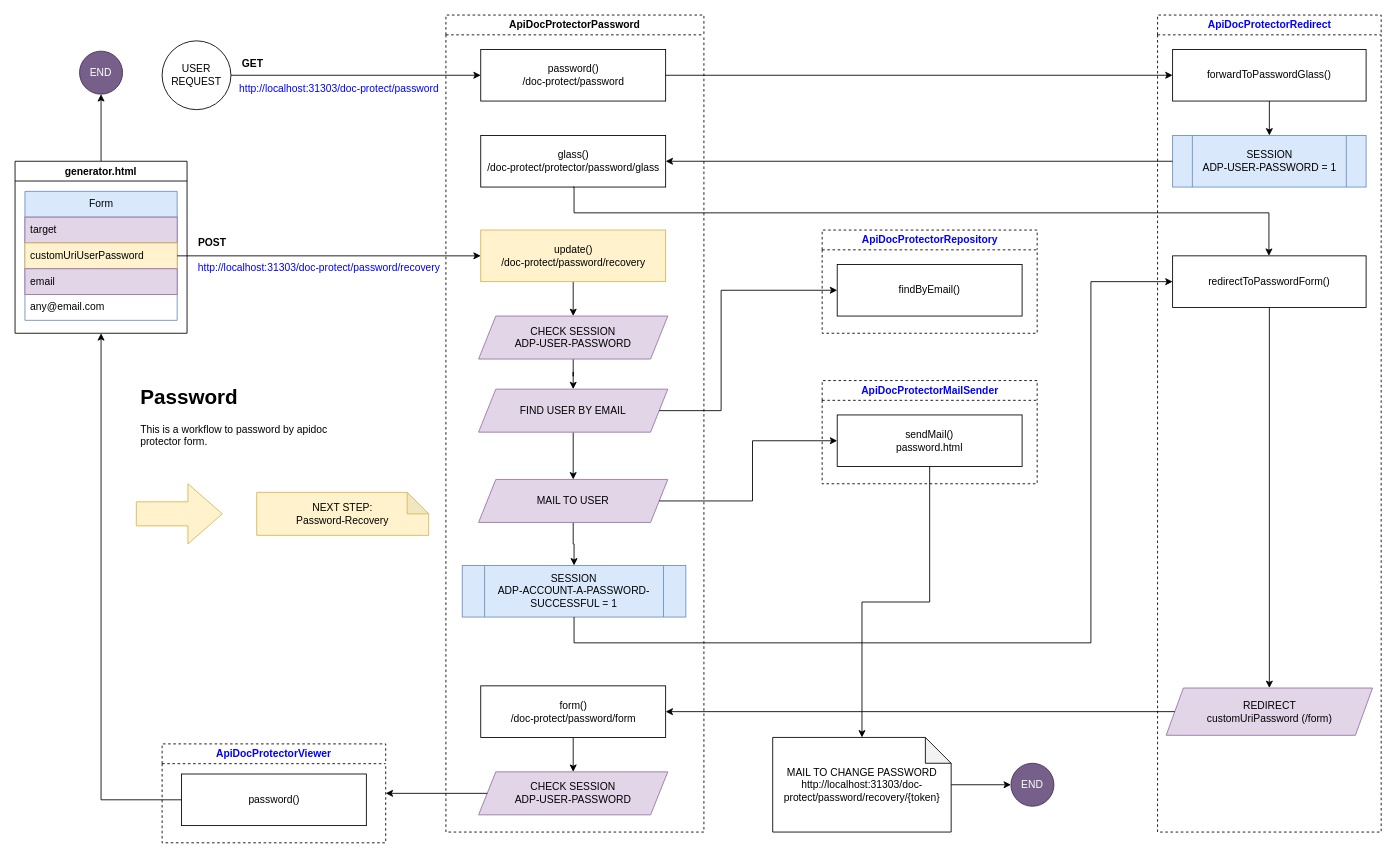
Earlier version of the draw.io diagram page "Password" (7 of 16) of midias/diagram-flow.drawio (huntercodexs/apidocprotector). Source tidied: cells renumbered, new cells numbered last; positions are measured from the earlier drawing's top-left corner, leaving out a move shared by most shapes. Both pictures are drawn from the tidied source at 86%, with x=0, y=0 at pixel (15, 15).
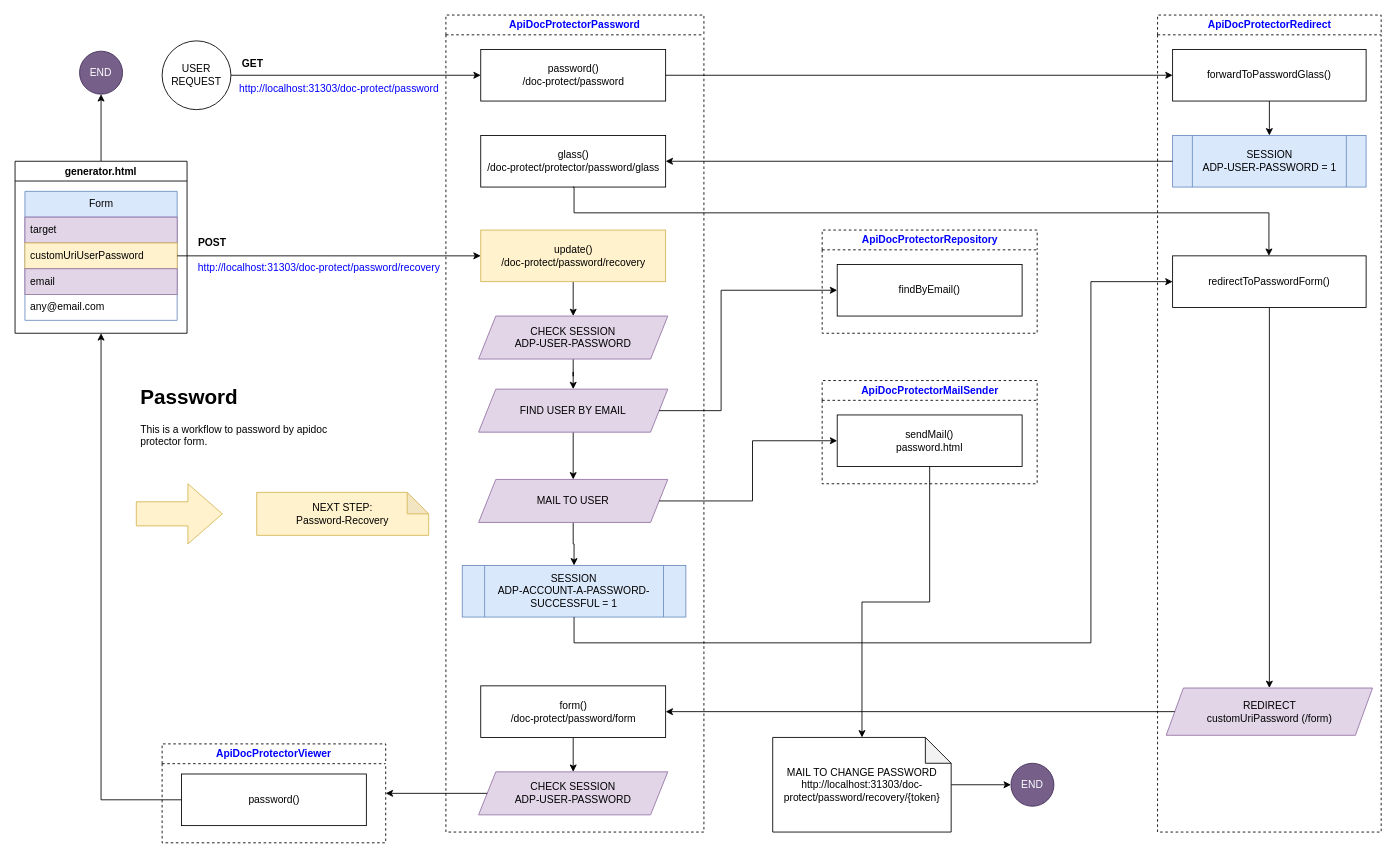
The same diagram, later.

What changed in the source:
```diff
@@
-    <mxCell id="5" value="ApiDocProtectorPassword" style="swimlane;whiteSpace=wrap;html=1;dashed=1;" parent="1" vertex="1">
+    <mxCell id="5" value="ApiDocProtectorPassword" style="swimlane;whiteSpace=wrap;html=1;dashed=1;fontColor=#0000FF;" parent="1" vertex="1">
       <mxGeometry x="501" width="300" height="950" as="geometry" />
     </mxCell>
```
